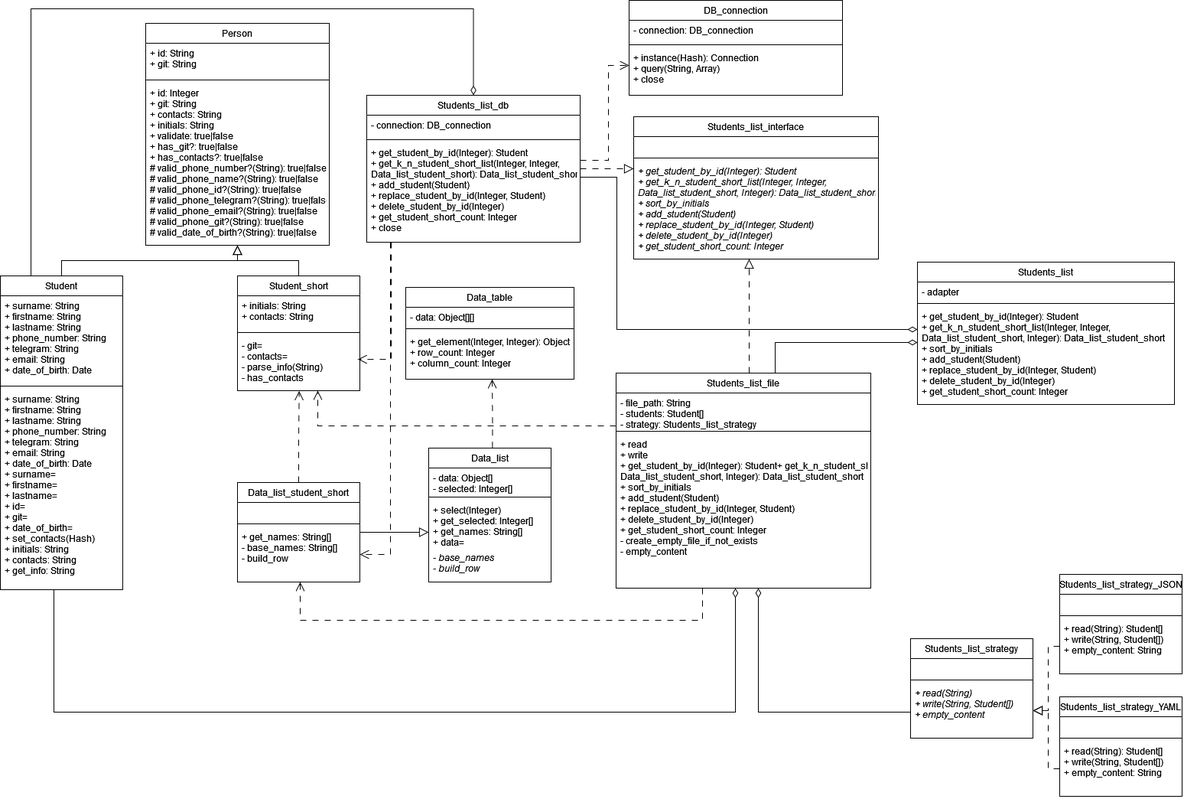
VavakinV/design-patterns keeps this draw.io diagram as Student/media/class_diagram.png. Above is the earlier version. Source tidied: cells renumbered, new cells last; positions are measured from the earlier drawing's top-left corner, leaving out a move shared by most shapes.
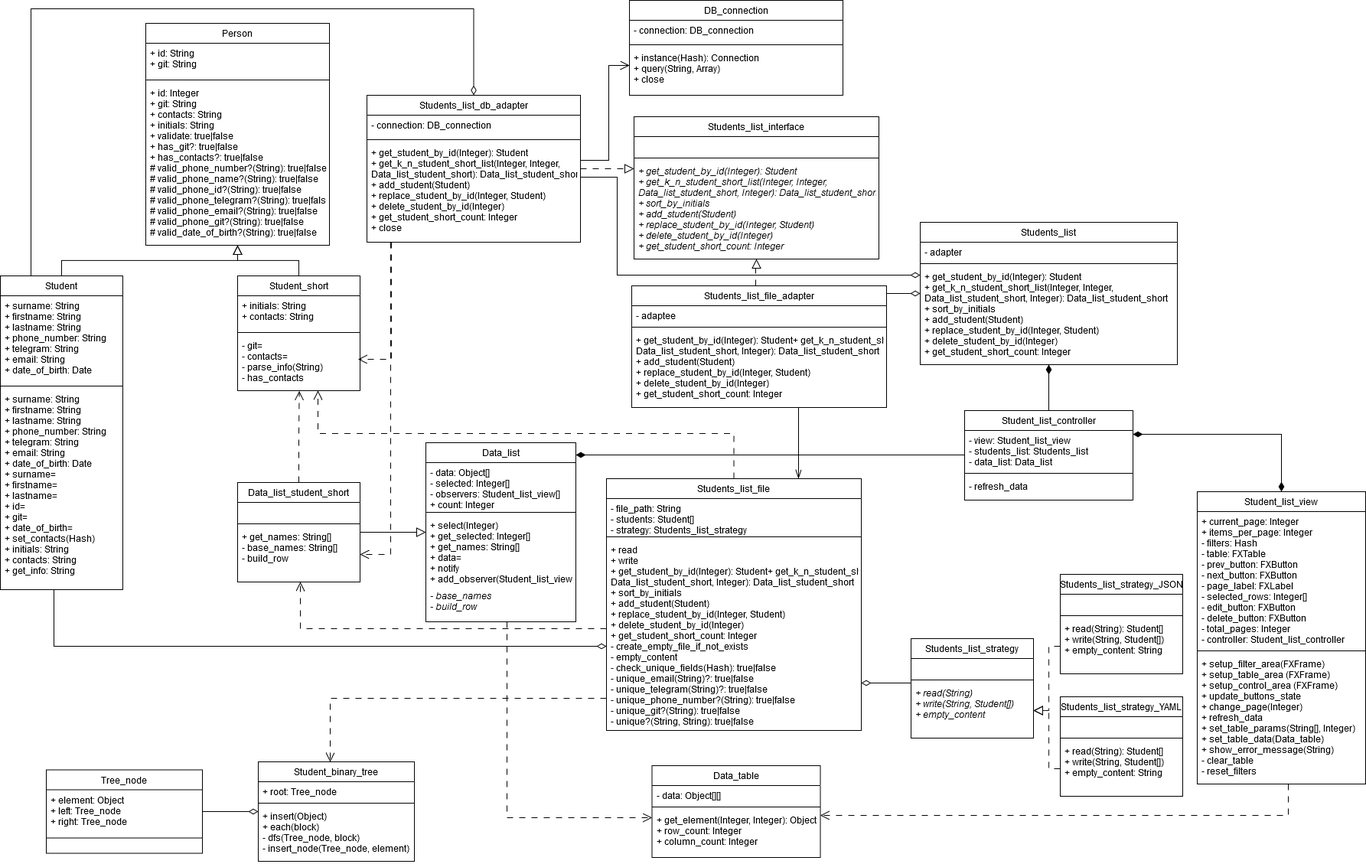
The same file after the commit.

Commit message:
Лаб 5. Задание 1. Задача 5.

Скорректирована диаграмма классов.

Diff of the diagram source:
```diff
@@ -68,22 +68,22 @@
       <mxGeometry relative="1" as="geometry" />
     </mxCell>
     <mxCell id="22" value="Data_list" style="swimlane;fontStyle=0;align=center;verticalAlign=top;horizontal=1;startSize=26;rounded=0;shadow=0;strokeWidth=1;" parent="1" vertex="1">
-      <mxGeometry x="560" y="585" width="160" height="175" as="geometry" />
+      <mxGeometry x="556" y="578" width="196" height="234" as="geometry" />
     </mxCell>
-    <mxCell id="23" value="- data: Object[]&#10;- selected: Integer[]&#10;" style="text;align=left;verticalAlign=top;spacingLeft=4;spacingRight=4;overflow=hidden;" parent="22" vertex="1">
-      <mxGeometry y="26" width="160" height="34" as="geometry" />
+    <mxCell id="23" value="- data: Object[]&#10;- selected: Integer[]&#10;- observers: Student_list_view[]&#10;+ count: Integer&#10;&#10;" style="text;align=left;verticalAlign=top;spacingLeft=4;spacingRight=4;overflow=hidden;" parent="22" vertex="1">
+      <mxGeometry y="26" width="196" height="61" as="geometry" />
     </mxCell>
     <mxCell id="24" style="line;html=1;strokeWidth=1;align=left;verticalAlign=middle;spacingTop=-1;spacingLeft=3;spacingRight=3;labelPosition=right;" parent="22" vertex="1">
-      <mxGeometry y="60" width="160" height="8" as="geometry" />
+      <mxGeometry y="87" width="196" height="8" as="geometry" />
     </mxCell>
-    <mxCell id="25" value="+ select(Integer)&#10;+ get_selected: Integer[]&#10;+ get_names: String[]&#10;+ data=&#10;" style="text;align=left;verticalAlign=top;spacingLeft=4;spacingRight=4;overflow=hidden;" parent="22" vertex="1">
-      <mxGeometry y="68" width="160" height="62" as="geometry" />
+    <mxCell id="25" value="+ select(Integer)&#10;+ get_selected: Integer[]&#10;+ get_names: String[]&#10;+ data=&#10;+ notify&#10;+ add_observer(Student_list_view)&#10;&#10;" style="text;align=left;verticalAlign=top;spacingLeft=4;spacingRight=4;overflow=hidden;" parent="22" vertex="1">
+      <mxGeometry y="95" width="196" height="92" as="geometry" />
     </mxCell>
     <mxCell id="26" value="- base_names&#10;- build_row" style="text;align=left;verticalAlign=top;spacingLeft=4;spacingRight=4;overflow=hidden;fontStyle=2;" parent="22" vertex="1">
-      <mxGeometry y="130" width="160" height="40" as="geometry" />
+      <mxGeometry y="187" width="196" height="42" as="geometry" />
     </mxCell>
     <mxCell id="27" value="Data_table" style="swimlane;fontStyle=0;align=center;verticalAlign=top;horizontal=1;startSize=26;rounded=0;shadow=0;strokeWidth=1;" parent="1" vertex="1">
-      <mxGeometry x="530" y="375" width="220" height="120" as="geometry" />
+      <mxGeometry x="851.5" y="1000" width="220" height="120" as="geometry" />
     </mxCell>
     <mxCell id="28" value="- data: Object[][]" style="text;align=left;verticalAlign=top;spacingLeft=4;spacingRight=4;overflow=hidden;" parent="27" vertex="1">
       <mxGeometry y="26" width="220" height="24" as="geometry" />
@@ -94,13 +94,15 @@
     <mxCell id="30" value="+ get_element(Integer, Integer): Object&#10;+ row_count: Integer&#10;+ column_count: Integer&#10;&#10;" style="text;align=left;verticalAlign=top;spacingLeft=4;spacingRight=4;overflow=hidden;" parent="27" vertex="1">
       <mxGeometry y="58" width="220" height="62" as="geometry" />
     </mxCell>
-    <mxCell id="31" style="edgeStyle=orthogonalEdgeStyle;rounded=0;jettySize=auto;html=1;endArrow=open;endFill=0;dashed=1;dashPattern=8 8;endSize=10;exitX=0.521;exitY=-0.002;exitDx=0;exitDy=0;exitPerimeter=0;" parent="1" edge="1" source="22">
+    <mxCell id="31" style="edgeStyle=orthogonalEdgeStyle;rounded=0;jettySize=auto;html=1;endArrow=open;endFill=0;dashed=1;dashPattern=8 8;endSize=10;" parent="1" edge="1" source="22" target="27">
       <mxGeometry relative="1" as="geometry">
-        <mxPoint x="643" y="495" as="targetPoint" />
+        <Array as="points">
+          <mxPoint x="662" y="1068" />
+        </Array>
       </mxGeometry>
     </mxCell>
     <mxCell id="32" value="Students_list_file" style="swimlane;fontStyle=0;align=center;verticalAlign=top;horizontal=1;startSize=26;rounded=0;shadow=0;strokeWidth=1;" parent="1" vertex="1">
-      <mxGeometry x="805" y="487" width="333" height="281" as="geometry" />
+      <mxGeometry x="792" y="625" width="333" height="329" as="geometry" />
     </mxCell>
     <mxCell id="33" value="- file_path: String&#10;- students: Student[]&#10;- strategy: Students_list_strategy&#10;" style="text;align=left;verticalAlign=top;spacingLeft=4;spacingRight=4;overflow=hidden;" parent="32" vertex="1">
       <mxGeometry y="26" width="333" height="46" as="geometry" />
@@ -108,13 +110,14 @@
     <mxCell id="34" style="line;html=1;strokeWidth=1;align=left;verticalAlign=middle;spacingTop=-1;spacingLeft=3;spacingRight=3;labelPosition=right;" parent="32" vertex="1">
       <mxGeometry y="72" width="333" height="8" as="geometry" />
     </mxCell>
-    <mxCell id="35" value="+ read&#10;+ write&#10;+ get_student_by_id(Integer): Student+ get_k_n_student_short_list(Integer, Integer, &#10;Data_list_student_short, Integer): Data_list_student_short&#10;+ sort_by_initials&#10;+ add_student(Student)&#10;+ replace_student_by_id(Integer, Student)&#10;+ delete_student_by_id(Integer)&#10;+ get_student_short_count: Integer&#10;- create_empty_file_if_not_exists&#10;- empty_content&#10;&#10;" style="text;align=left;verticalAlign=top;spacingLeft=4;spacingRight=4;overflow=hidden;fontSize=12;" parent="32" vertex="1">
-      <mxGeometry y="80" width="333" height="201" as="geometry" />
+    <mxCell id="35" value="+ read&#10;+ write&#10;+ get_student_by_id(Integer): Student+ get_k_n_student_short_list(Integer, Integer, &#10;Data_list_student_short, Integer): Data_list_student_short&#10;+ sort_by_initials&#10;+ add_student(Student)&#10;+ replace_student_by_id(Integer, Student)&#10;+ delete_student_by_id(Integer)&#10;+ get_student_short_count: Integer&#10;- create_empty_file_if_not_exists&#10;- empty_content&#10;- check_unique_fields(Hash): true|false&#10;- unique_email(String)?: true|false&#10;- unique_telegram(String)?: true|false&#10;- unique_phone_number?(String): true|false&#10;- unique_git?(String): true|false&#10;- unique?(String, String): true|false&#10;&#10;&#10;" style="text;align=left;verticalAlign=top;spacingLeft=4;spacingRight=4;overflow=hidden;fontSize=12;" parent="32" vertex="1">
+      <mxGeometry y="80" width="333" height="249" as="geometry" />
     </mxCell>
     <mxCell id="36" style="edgeStyle=orthogonalEdgeStyle;rounded=0;jettySize=auto;html=1;endArrow=open;endFill=0;dashed=1;dashPattern=8 8;endSize=10;" parent="1" edge="1" source="32" target="14">
       <mxGeometry relative="1" as="geometry">
         <Array as="points">
-          <mxPoint x="415" y="556" />
+          <mxPoint x="959" y="566" />
+          <mxPoint x="415" y="566" />
         </Array>
       </mxGeometry>
     </mxCell>
@@ -122,16 +125,14 @@
       <mxGeometry relative="1" as="geometry">
         <mxPoint x="70" y="770" as="targetPoint" />
         <Array as="points">
-          <mxPoint x="961" y="930" />
-          <mxPoint x="70" y="930" />
+          <mxPoint x="70" y="844" />
         </Array>
       </mxGeometry>
     </mxCell>
     <mxCell id="38" style="edgeStyle=orthogonalEdgeStyle;rounded=0;jettySize=auto;html=1;endArrow=open;endFill=0;dashed=1;dashPattern=8 8;endSize=10;" parent="1" edge="1" source="32" target="17">
       <mxGeometry relative="1" as="geometry">
         <Array as="points">
-          <mxPoint x="918" y="810" />
-          <mxPoint x="392" y="810" />
+          <mxPoint x="392" y="821" />
         </Array>
       </mxGeometry>
     </mxCell>
@@ -201,7 +202,7 @@
         </Array>
       </mxGeometry>
     </mxCell>
-    <mxCell id="55" value="Students_list_db" style="swimlane;fontStyle=0;align=center;verticalAlign=top;horizontal=1;startSize=26;rounded=0;shadow=0;strokeWidth=1;" parent="1" vertex="1">
+    <mxCell id="55" value="Students_list_db_adapter" style="swimlane;fontStyle=0;align=center;verticalAlign=top;horizontal=1;startSize=26;rounded=0;shadow=0;strokeWidth=1;" parent="1" vertex="1">
       <mxGeometry x="479" y="124" width="279" height="192" as="geometry" />
     </mxCell>
     <mxCell id="56" value="- connection: DB_connection" style="text;align=left;verticalAlign=top;spacingLeft=4;spacingRight=4;overflow=hidden;" parent="55" vertex="1">
@@ -240,7 +241,7 @@
     <mxCell id="64" value="+ instance(Hash): Connection&#10;+ query(String, Array)&#10;+ close&#10;" style="text;align=left;verticalAlign=top;spacingLeft=4;spacingRight=4;overflow=hidden;points=[[0,0.5],[1,0.5]];portConstraint=eastwest;fontSize=12;" parent="61" vertex="1">
       <mxGeometry y="62" width="279" height="62" as="geometry" />
     </mxCell>
-    <mxCell id="65" style="edgeStyle=orthogonalEdgeStyle;rounded=0;jettySize=auto;html=1;entryX=0;entryY=0.371;entryDx=0;entryDy=0;entryPerimeter=0;endSize=10;endArrow=open;endFill=0;dashed=1;dashPattern=8 8;" parent="1" edge="1" source="55" target="64">
+    <mxCell id="65" style="edgeStyle=orthogonalEdgeStyle;rounded=0;jettySize=auto;html=1;entryX=0;entryY=0.371;entryDx=0;entryDy=0;entryPerimeter=0;endSize=10;endArrow=open;endFill=0;" parent="1" edge="1" source="55" target="64">
       <mxGeometry relative="1" as="geometry">
         <Array as="points">
           <mxPoint x="795" y="209" />
@@ -268,16 +269,16 @@
         </Array>
       </mxGeometry>
     </mxCell>
-    <mxCell id="71" style="edgeStyle=orthogonalEdgeStyle;rounded=0;jettySize=auto;html=1;endArrow=block;endFill=0;endSize=10;dashed=1;dashPattern=8 8;" parent="1" edge="1" source="32" target="66">
+    <mxCell id="71" style="edgeStyle=orthogonalEdgeStyle;rounded=0;jettySize=auto;html=1;endArrow=block;endFill=0;endSize=10;dashed=1;dashPattern=8 8;" parent="1" edge="1" source="78" target="66">
       <mxGeometry relative="1" as="geometry">
         <Array as="points">
-          <mxPoint x="979" y="392" />
-          <mxPoint x="979" y="392" />
+          <mxPoint x="987" y="350" />
+          <mxPoint x="988" y="350" />
         </Array>
       </mxGeometry>
     </mxCell>
     <mxCell id="72" value="Students_list" style="swimlane;fontStyle=0;align=center;verticalAlign=top;horizontal=1;startSize=26;rounded=0;shadow=0;strokeWidth=1;" parent="1" vertex="1">
-      <mxGeometry x="1199" y="342" width="336" height="186" as="geometry" />
+      <mxGeometry x="1202" y="290" width="336" height="186" as="geometry" />
     </mxCell>
     <mxCell id="73" value="- adapter" style="text;align=left;verticalAlign=top;spacingLeft=4;spacingRight=4;overflow=hidden;" parent="72" vertex="1">
       <mxGeometry y="26" width="336" height="24" as="geometry" />
@@ -288,20 +289,126 @@
     <mxCell id="75" value="+ get_student_by_id(Integer): Student&#10;+ get_k_n_student_short_list(Integer, Integer, &#10;Data_list_student_short, Integer): Data_list_student_short&#10;+ sort_by_initials&#10;+ add_student(Student)&#10;+ replace_student_by_id(Integer, Student)&#10;+ delete_student_by_id(Integer)&#10;+ get_student_short_count: Integer" style="text;align=left;verticalAlign=top;spacingLeft=4;spacingRight=4;overflow=hidden;fontStyle=0;" parent="72" vertex="1">
       <mxGeometry y="58" width="336" height="128" as="geometry" />
     </mxCell>
-    <mxCell id="76" style="edgeStyle=orthogonalEdgeStyle;rounded=0;jettySize=auto;html=1;endArrow=none;endFill=0;endSize=6;startArrow=diamondThin;startFill=0;startSize=10;" parent="1" edge="1" source="72" target="32">
+    <mxCell id="76" style="edgeStyle=orthogonalEdgeStyle;rounded=0;jettySize=auto;html=1;endArrow=none;endFill=0;endSize=6;startArrow=diamondThin;startFill=0;startSize=10;" parent="1" edge="1" source="72" target="78">
       <mxGeometry relative="1" as="geometry">
         <Array as="points">
-          <mxPoint x="1013" y="447" />
+          <mxPoint x="1218" y="389" />
+          <mxPoint x="1218" y="389" />
         </Array>
       </mxGeometry>
     </mxCell>
     <mxCell id="77" style="edgeStyle=orthogonalEdgeStyle;rounded=0;jettySize=auto;html=1;endArrow=none;endFill=0;endSize=6;startArrow=diamondThin;startFill=0;startSize=10;" parent="1" edge="1" source="72" target="55">
       <mxGeometry relative="1" as="geometry">
         <Array as="points">
-          <mxPoint x="806" y="430" />
+          <mxPoint x="806" y="359" />
           <mxPoint x="806" y="231" />
         </Array>
       </mxGeometry>
     </mxCell>
+    <mxCell id="78" value="Students_list_file_adapter" style="swimlane;fontStyle=0;align=center;verticalAlign=top;horizontal=1;startSize=26;rounded=0;shadow=0;strokeWidth=1;" parent="1" vertex="1">
+      <mxGeometry x="825" y="373" width="333" height="159" as="geometry" />
+    </mxCell>
+    <mxCell id="79" value="- adaptee" style="text;align=left;verticalAlign=top;spacingLeft=4;spacingRight=4;overflow=hidden;" parent="78" vertex="1">
+      <mxGeometry y="26" width="333" height="24" as="geometry" />
+    </mxCell>
+    <mxCell id="80" style="line;html=1;strokeWidth=1;align=left;verticalAlign=middle;spacingTop=-1;spacingLeft=3;spacingRight=3;labelPosition=right;" parent="78" vertex="1">
+      <mxGeometry y="50" width="333" height="8" as="geometry" />
+    </mxCell>
+    <mxCell id="81" value="+ get_student_by_id(Integer): Student+ get_k_n_student_short_list(Integer, Integer, &#10;Data_list_student_short, Integer): Data_list_student_short&#10;+ add_student(Student)&#10;+ replace_student_by_id(Integer, Student)&#10;+ delete_student_by_id(Integer)&#10;+ get_student_short_count: Integer&#10;&#10;" style="text;align=left;verticalAlign=top;spacingLeft=4;spacingRight=4;overflow=hidden;fontSize=12;" parent="78" vertex="1">
+      <mxGeometry y="58" width="333" height="100" as="geometry" />
+    </mxCell>
+    <mxCell id="82" style="edgeStyle=orthogonalEdgeStyle;rounded=0;jettySize=auto;html=1;endArrow=none;endFill=0;endSize=6;startArrow=openThin;startFill=0;startSize=10;" parent="1" edge="1" source="32" target="78">
+      <mxGeometry relative="1" as="geometry">
+        <Array as="points">
+          <mxPoint x="1043" y="591" />
+          <mxPoint x="1043" y="591" />
+        </Array>
+      </mxGeometry>
+    </mxCell>
+    <mxCell id="83" value="Student_list_view" style="swimlane;fontStyle=0;align=center;verticalAlign=top;horizontal=1;startSize=26;rounded=0;shadow=0;strokeWidth=1;" parent="1" vertex="1">
+      <mxGeometry x="1564" y="642" width="220" height="382" as="geometry" />
+    </mxCell>
+    <mxCell id="84" value="+ current_page: Integer&#10;+ items_per_page: Integer&#10;- filters: Hash&#10;- table: FXTable&#10;- prev_button: FXButton&#10;- next_button: FXButton&#10;- page_label: FXLabel&#10;- selected_rows: Integer[]&#10;- edit_button: FXButton&#10;- delete_button: FXButton&#10;- total_pages: Integer&#10;- controller: Student_list_controller&#10;&#10;" style="text;align=left;verticalAlign=top;spacingLeft=4;spacingRight=4;overflow=hidden;" parent="83" vertex="1">
+      <mxGeometry y="26" width="220" height="178" as="geometry" />
+    </mxCell>
+    <mxCell id="85" style="line;html=1;strokeWidth=1;align=left;verticalAlign=middle;spacingTop=-1;spacingLeft=3;spacingRight=3;labelPosition=right;" parent="83" vertex="1">
+      <mxGeometry y="204" width="220" height="8" as="geometry" />
+    </mxCell>
+    <mxCell id="86" value="+ setup_filter_area(FXFrame)&#10;+ setup_table_area (FXFrame)&#10;+ setup_control_area (FXFrame)&#10;+ update_buttons_state&#10;+ change_page(Integer)&#10;+ refresh_data&#10;+ set_table_params(String[], Integer)&#10;+ set_table_data(Data_table)&#10;+ show_error_message(String)&#10;- clear_table&#10;- reset_filters" style="text;align=left;verticalAlign=top;spacingLeft=4;spacingRight=4;overflow=hidden;" parent="83" vertex="1">
+      <mxGeometry y="212" width="220" height="170" as="geometry" />
+    </mxCell>
+    <mxCell id="87" style="edgeStyle=orthogonalEdgeStyle;rounded=0;jettySize=auto;html=1;endArrow=open;endFill=0;dashed=1;dashPattern=8 8;endSize=10;" parent="1" edge="1" source="83" target="27">
+      <mxGeometry relative="1" as="geometry">
+        <Array as="points">
+          <mxPoint x="1683" y="1065" />
+        </Array>
+      </mxGeometry>
+    </mxCell>
+    <mxCell id="88" value="Student_list_controller" style="swimlane;fontStyle=0;align=center;verticalAlign=top;horizontal=1;startSize=26;rounded=0;shadow=0;strokeWidth=1;" parent="1" vertex="1">
+      <mxGeometry x="1260" y="536" width="220" height="117" as="geometry" />
+    </mxCell>
+    <mxCell id="89" value="- view: Student_list_view&#10;- students_list: Students_list&#10;- data_list: Data_list&#10;&#10;" style="text;align=left;verticalAlign=top;spacingLeft=4;spacingRight=4;overflow=hidden;" parent="88" vertex="1">
+      <mxGeometry y="26" width="220" height="52" as="geometry" />
+    </mxCell>
+    <mxCell id="90" style="line;html=1;strokeWidth=1;align=left;verticalAlign=middle;spacingTop=-1;spacingLeft=3;spacingRight=3;labelPosition=right;" parent="88" vertex="1">
+      <mxGeometry y="78" width="220" height="8" as="geometry" />
+    </mxCell>
+    <mxCell id="91" value="- refresh_data" style="text;align=left;verticalAlign=top;spacingLeft=4;spacingRight=4;overflow=hidden;" parent="88" vertex="1">
+      <mxGeometry y="86" width="220" height="31" as="geometry" />
+    </mxCell>
+    <mxCell id="92" style="edgeStyle=orthogonalEdgeStyle;rounded=0;jettySize=auto;html=1;endSize=10;endArrow=diamondThin;endFill=1;startArrow=diamondThin;startFill=1;startSize=10;" parent="1" edge="1" source="83" target="88">
+      <mxGeometry relative="1" as="geometry">
+        <Array as="points">
+          <mxPoint x="1674" y="567" />
+        </Array>
+      </mxGeometry>
+    </mxCell>
+    <mxCell id="93" style="edgeStyle=orthogonalEdgeStyle;rounded=0;jettySize=auto;html=1;endArrow=none;endFill=0;endSize=6;startArrow=diamondThin;startFill=1;startSize=10;" parent="1" edge="1" source="72" target="88">
+      <mxGeometry relative="1" as="geometry">
+        <Array as="points">
+          <mxPoint x="1370" y="516" />
+          <mxPoint x="1370" y="516" />
+        </Array>
+      </mxGeometry>
+    </mxCell>
+    <mxCell id="94" style="edgeStyle=orthogonalEdgeStyle;rounded=0;jettySize=auto;html=1;endArrow=none;endFill=0;endSize=6;startArrow=diamondThin;startFill=1;startSize=10;" parent="1" edge="1" source="22" target="88">
+      <mxGeometry relative="1" as="geometry">
+        <Array as="points">
+          <mxPoint x="902" y="594" />
+          <mxPoint x="902" y="594" />
+        </Array>
+      </mxGeometry>
+    </mxCell>
+    <mxCell id="95" value="Student_binary_tree" style="swimlane;fontStyle=0;align=center;verticalAlign=top;horizontal=1;startSize=26;rounded=0;shadow=0;strokeWidth=1;" parent="1" vertex="1">
+      <mxGeometry x="337" y="995" width="204" height="130" as="geometry" />
+    </mxCell>
+    <mxCell id="96" value="+ root: Tree_node" style="text;align=left;verticalAlign=top;spacingLeft=4;spacingRight=4;overflow=hidden;" parent="95" vertex="1">
+      <mxGeometry y="26" width="204" height="24" as="geometry" />
+    </mxCell>
+    <mxCell id="97" style="line;html=1;strokeWidth=1;align=left;verticalAlign=middle;spacingTop=-1;spacingLeft=3;spacingRight=3;labelPosition=right;" parent="95" vertex="1">
+      <mxGeometry y="50" width="204" height="8" as="geometry" />
+    </mxCell>
+    <mxCell id="98" value="+ insert(Object)&#10;+ each(block)&#10;- dfs(Tree_node, block)&#10;- insert_node(Tree_node, element)&#10;" style="text;align=left;verticalAlign=top;spacingLeft=4;spacingRight=4;overflow=hidden;" parent="95" vertex="1">
+      <mxGeometry y="58" width="204" height="72" as="geometry" />
+    </mxCell>
+    <mxCell id="99" value="Tree_node" style="swimlane;fontStyle=0;align=center;verticalAlign=top;horizontal=1;startSize=26;rounded=0;shadow=0;strokeWidth=1;" parent="1" vertex="1">
+      <mxGeometry x="60" y="1005.5" width="204" height="109" as="geometry" />
+    </mxCell>
+    <mxCell id="100" value="+ element: Object&#10;+ left: Tree_node&#10;+ right: Tree_node&#10;" style="text;align=left;verticalAlign=top;spacingLeft=4;spacingRight=4;overflow=hidden;" parent="99" vertex="1">
+      <mxGeometry y="26" width="204" height="59" as="geometry" />
+    </mxCell>
+    <mxCell id="101" style="line;html=1;strokeWidth=1;align=left;verticalAlign=middle;spacingTop=-1;spacingLeft=3;spacingRight=3;labelPosition=right;" parent="99" vertex="1">
+      <mxGeometry y="85" width="204" height="8" as="geometry" />
+    </mxCell>
+    <mxCell id="102" style="edgeStyle=orthogonalEdgeStyle;rounded=0;jettySize=auto;html=1;endArrow=open;endFill=0;dashed=1;dashPattern=8 8;endSize=10;" parent="1" edge="1" source="32" target="95">
+      <mxGeometry relative="1" as="geometry">
+        <Array as="points">
+          <mxPoint x="431" y="912" />
+        </Array>
+      </mxGeometry>
+    </mxCell>
+    <mxCell id="103" style="edgeStyle=orthogonalEdgeStyle;rounded=0;jettySize=auto;html=1;endSize=6;endArrow=none;endFill=0;startArrow=diamondThin;startFill=0;startSize=10;" parent="1" edge="1" source="95" target="99">
+      <mxGeometry relative="1" as="geometry" />
+    </mxCell>
   </root>
 </mxGraphModel>
```
